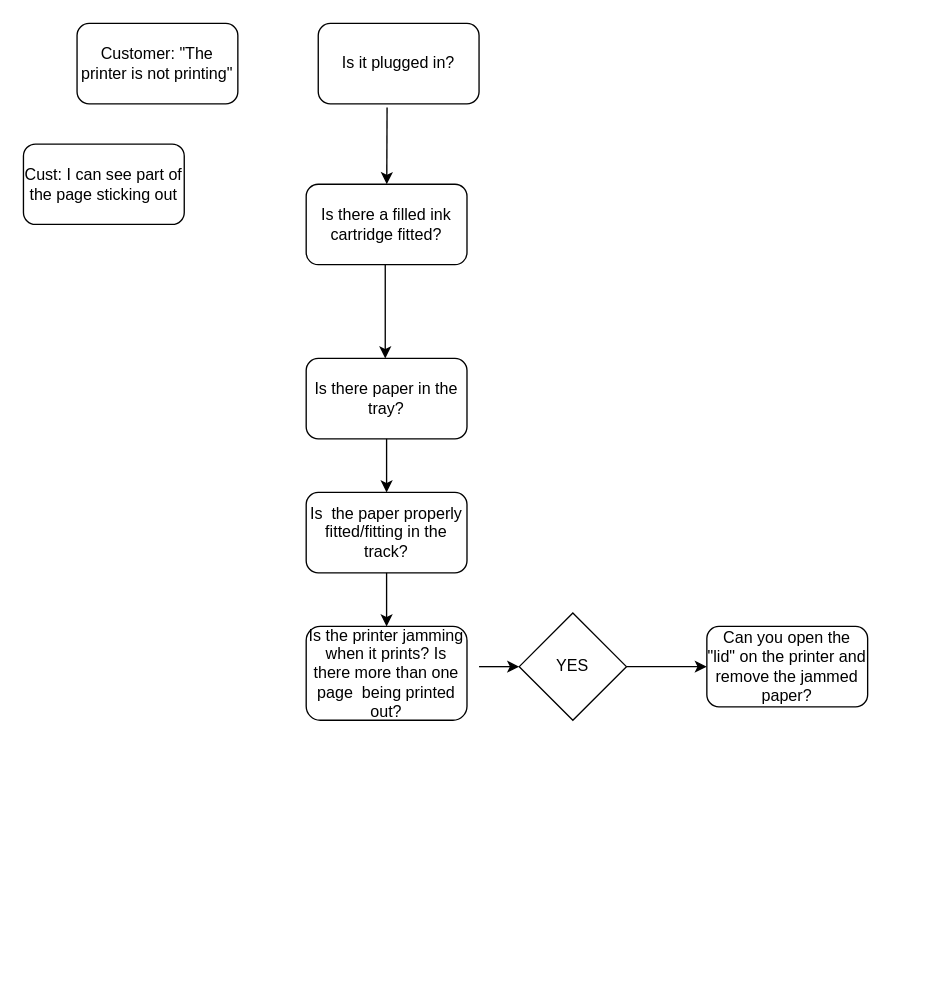
The draw.io diagram CustomerSupportScript.drawio in L00086023/StudentExercises, before the edit. Source tidied: cells renumbered, new cells numbered last; positions are measured from the earlier drawing's top-left corner, leaving out a move shared by most shapes. Both pictures are drawn from the tidied source at 134%, with x=0, y=0 at pixel (23, 23).
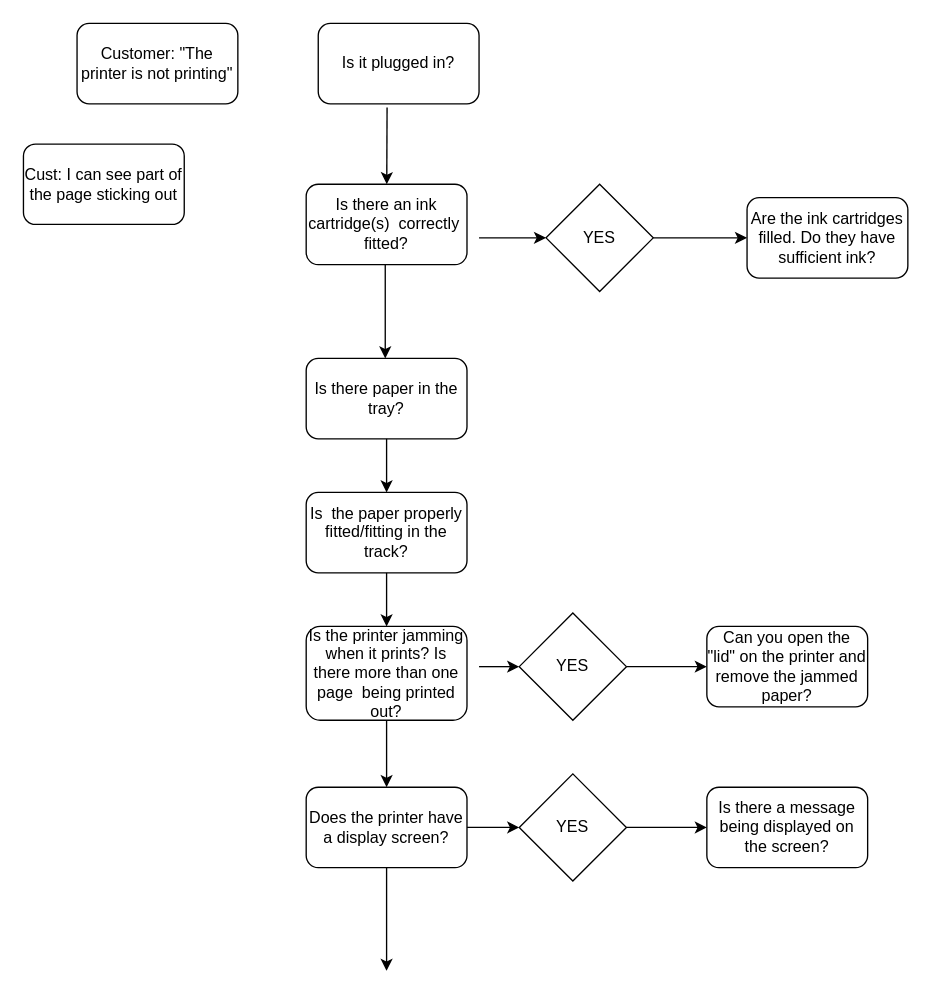
After the change.

The change refers to these unchanged cells:
```xml
<mxCell id="11" value="Is the printer jamming when it prints? Is there more than one page&amp;nbsp; being printed out?" style="rounded=1;whiteSpace=wrap;html=1;" parent="1" vertex="1">
  <mxGeometry x="211" y="450" width="120" height="70" as="geometry" />
</mxCell>
```

Change to the diagram source:
```diff
@@
-    <mxCell id="5" value="Is there a filled ink cartridge fitted?" style="rounded=1;whiteSpace=wrap;html=1;" parent="1" vertex="1">
+    <mxCell id="5" value="Is there an ink cartridge(s)&amp;nbsp; correctly&amp;nbsp; fitted?" style="rounded=1;whiteSpace=wrap;html=1;" parent="1" vertex="1">
       <mxGeometry x="211" y="120" width="120" height="60" as="geometry" />
     </mxCell>
@@
+    <mxCell id="17" value="Does the printer have a display screen?" style="rounded=1;whiteSpace=wrap;html=1;" parent="1" vertex="1">
+      <mxGeometry x="211" y="570" width="120" height="60" as="geometry" />
+    </mxCell>
+    <mxCell id="18" value="YES" style="rhombus;whiteSpace=wrap;html=1;" parent="1" vertex="1">
+      <mxGeometry x="390" y="120" width="80" height="80" as="geometry" />
+    </mxCell>
+    <mxCell id="19" style="endArrow=classic;html=1;entryX=0;entryY=0.5;entryDx=0;entryDy=0;" parent="1" edge="1" target="18">
+      <mxGeometry relative="1" as="geometry">
+        <mxPoint x="340" y="160" as="sourcePoint" />
+        <Array as="points">
+          <mxPoint x="360" y="160" />
+        </Array>
+      </mxGeometry>
+    </mxCell>
+    <mxCell id="20" value="Are the ink cartridges filled. Do they have sufficient ink?" style="rounded=1;whiteSpace=wrap;html=1;" parent="1" vertex="1">
+      <mxGeometry x="540" y="130" width="120" height="60" as="geometry" />
+    </mxCell>
+    <mxCell id="21" style="endArrow=classic;html=1;entryX=0;entryY=0.5;entryDx=0;entryDy=0;exitX=1;exitY=0.5;exitDx=0;exitDy=0;" parent="1" edge="1" source="18" target="20">
+      <mxGeometry relative="1" as="geometry" />
+    </mxCell>
+    <mxCell id="22" value="Is there a message being displayed on the screen?" style="rounded=1;whiteSpace=wrap;html=1;" parent="1" vertex="1">
+      <mxGeometry x="510" y="570" width="120" height="60" as="geometry" />
+    </mxCell>
+    <mxCell id="23" style="endArrow=classic;html=1;exitX=0.5;exitY=1;exitDx=0;exitDy=0;entryX=0.5;entryY=0;entryDx=0;entryDy=0;" parent="1" edge="1" source="11" target="17">
+      <mxGeometry relative="1" as="geometry" />
+    </mxCell>
+    <mxCell id="24" style="endArrow=classic;html=1;exitX=0.5;exitY=1;exitDx=0;exitDy=0;" parent="1" edge="1" source="17">
+      <mxGeometry relative="1" as="geometry">
+        <mxPoint x="271" y="707" as="targetPoint" />
+      </mxGeometry>
+    </mxCell>
+    <mxCell id="25" value="YES" style="rhombus;whiteSpace=wrap;html=1;" parent="1" vertex="1">
+      <mxGeometry x="370" y="560" width="80" height="80" as="geometry" />
+    </mxCell>
+    <mxCell id="26" style="endArrow=classic;html=1;exitX=1;exitY=0.5;exitDx=0;exitDy=0;entryX=0;entryY=0.5;entryDx=0;entryDy=0;" parent="1" edge="1" source="17" target="25">
+      <mxGeometry relative="1" as="geometry" />
+    </mxCell>
+    <mxCell id="27" style="endArrow=classic;html=1;entryX=0;entryY=0.5;entryDx=0;entryDy=0;" parent="1" edge="1" target="22">
+      <mxGeometry relative="1" as="geometry">
+        <mxPoint x="450" y="600" as="sourcePoint" />
+      </mxGeometry>
+    </mxCell>
```
